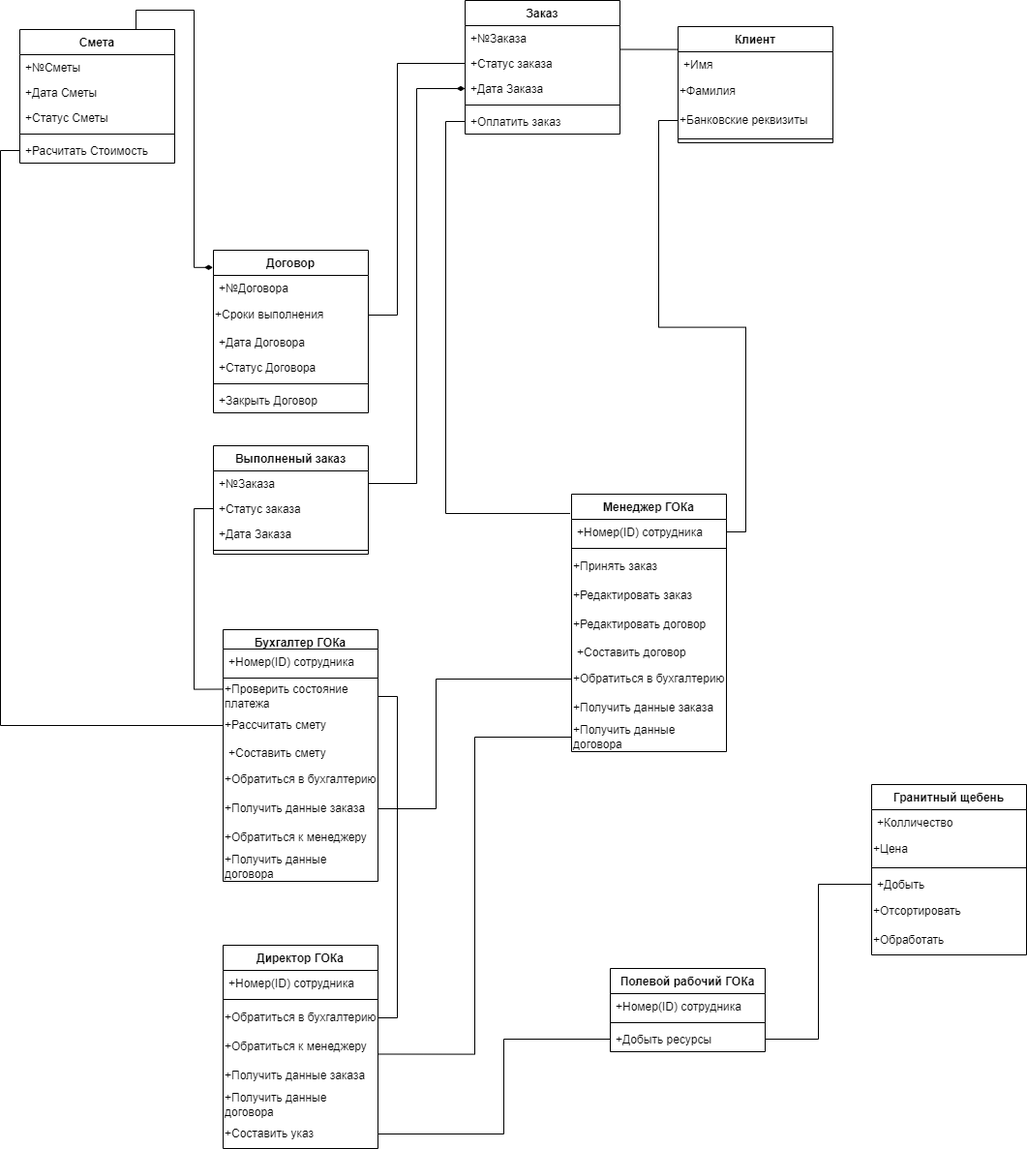
Before: Class_Diagram.drawio.png, a diagram exported from draw.io (Awftf/UML). Source tidied: cells renumbered, new cells last; positions are measured from the earlier drawing's top-left corner, leaving out a move shared by most shapes.
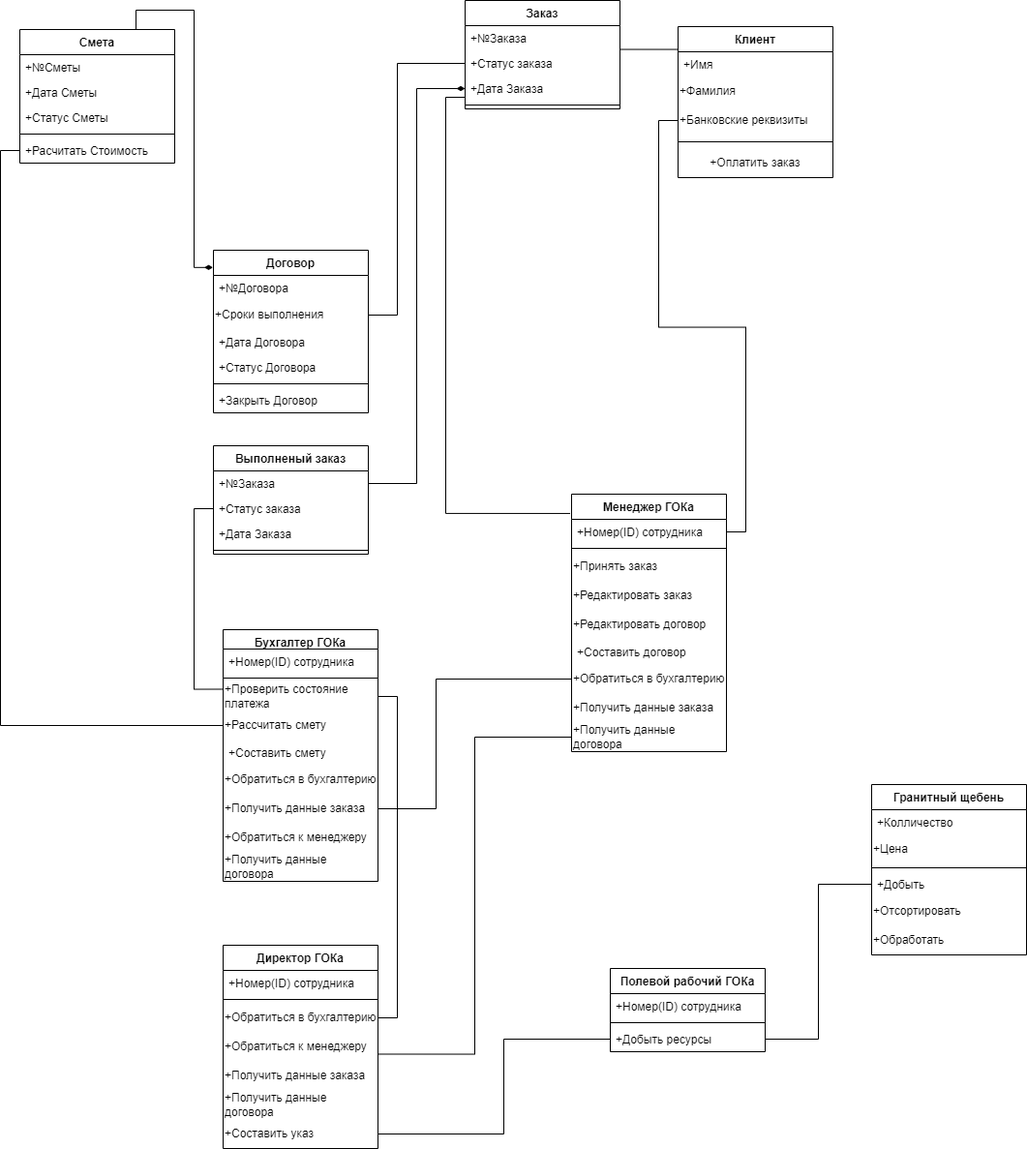
After the commit.

The edit, as a diff of the source:
```diff
@@ -36,7 +36,7 @@
       <mxGeometry y="142" width="160" height="26" as="geometry" />
     </mxCell>
     <mxCell id="13" value="Заказ" style="swimlane;fontStyle=1;align=center;verticalAlign=top;horizontal=1;startSize=26;" parent="1" vertex="1">
-      <mxGeometry x="460" width="160" height="138" as="geometry" />
+      <mxGeometry x="460" width="160" height="112" as="geometry" />
     </mxCell>
     <mxCell id="14" value="+№Заказа" style="text;strokeColor=none;fillColor=none;align=left;verticalAlign=top;spacingLeft=4;spacingRight=4;overflow=hidden;" parent="13" vertex="1">
       <mxGeometry y="26" width="160" height="26" as="geometry" />
@@ -50,10 +50,7 @@
     <mxCell id="17" style="line;strokeWidth=1;fillColor=none;align=left;verticalAlign=middle;spacingTop=-1;spacingLeft=3;spacingRight=3;labelPosition=right;" parent="13" vertex="1">
       <mxGeometry y="104" width="160" height="8" as="geometry" />
     </mxCell>
-    <mxCell id="18" value="+Оплатить заказ" style="text;strokeColor=none;fillColor=none;align=left;verticalAlign=top;spacingLeft=4;spacingRight=4;overflow=hidden;points=[[0,0.5],[1,0.5]];portConstraint=eastwest;" parent="13" vertex="1">
-      <mxGeometry y="112" width="160" height="26" as="geometry" />
-    </mxCell>
-    <mxCell id="19" style="edgeStyle=orthogonalEdgeStyle;rounded=0;jettySize=auto;html=1;exitX=0.75;exitY=0;exitDx=0;exitDy=0;entryX=-0.003;entryY=0.106;entryDx=0;entryDy=0;endArrow=diamondThin;endFill=1;entryPerimeter=0;" parent="1" edge="1" source="20" target="6">
+    <mxCell id="19" style="edgeStyle=orthogonalEdgeStyle;rounded=0;jettySize=auto;html=1;exitX=0.75;exitY=0;exitDx=0;exitDy=0;entryX=-0.003;entryY=0.106;entryDx=0;entryDy=0;endArrow=diamondThin;endFill=1;entryPerimeter=0;strokeWidth=1;jumpSize=11;" parent="1" edge="1" source="20" target="6">
       <mxGeometry relative="1" as="geometry">
         <Array as="points">
           <mxPoint x="120" y="10" />
@@ -81,7 +78,7 @@
       <mxGeometry y="112" width="160" height="26" as="geometry" />
     </mxCell>
     <mxCell id="26" value="Клиент" style="swimlane;fontStyle=1;align=center;verticalAlign=top;horizontal=1;startSize=26;" parent="1" vertex="1">
-      <mxGeometry x="680" y="27" width="160" height="120" as="geometry" />
+      <mxGeometry x="680" y="27" width="160" height="156" as="geometry" />
     </mxCell>
     <mxCell id="27" value="+Имя" style="text;strokeColor=none;fillColor=none;align=left;verticalAlign=top;spacingLeft=4;spacingRight=4;overflow=hidden;" parent="26" vertex="1">
       <mxGeometry y="26" width="160" height="26" as="geometry" />
@@ -93,8 +90,11 @@
       <mxGeometry y="82" width="160" height="30" as="geometry" />
     </mxCell>
     <mxCell id="30" style="line;strokeWidth=1;fillColor=none;align=left;verticalAlign=middle;spacingTop=-1;spacingLeft=3;spacingRight=3;labelPosition=right;" parent="26" vertex="1">
-      <mxGeometry y="112" width="160" height="8" as="geometry" />
+      <mxGeometry y="112" width="160" height="14" as="geometry" />
     </mxCell>
+    <mxCell id="18" value="+Оплатить заказ" style="text;html=1;strokeColor=none;fillColor=none;align=center;verticalAlign=middle;whiteSpace=wrap;rounded=0;" parent="26" vertex="1">
+      <mxGeometry y="126" width="160" height="30" as="geometry" />
+    </mxCell>
     <mxCell id="31" value="Выполненый заказ" style="swimlane;fontStyle=1;align=center;verticalAlign=top;horizontal=1;startSize=26;" parent="1" vertex="1">
       <mxGeometry x="200" y="460" width="160" height="112" as="geometry" />
     </mxCell>
@@ -173,7 +173,12 @@
       </mxGeometry>
     </mxCell>
     <mxCell id="55" style="edgeStyle=orthogonalEdgeStyle;rounded=0;jettySize=auto;html=1;exitX=1;exitY=0.5;exitDx=0;exitDy=0;entryX=0;entryY=0.5;entryDx=0;entryDy=0;endArrow=diamondThin;endFill=1;" parent="1" edge="1" source="32" target="16">
-      <mxGeometry relative="1" as="geometry" />
+      <mxGeometry relative="1" as="geometry">
+        <Array as="points">
+          <mxPoint x="410" y="499" />
+          <mxPoint x="410" y="91" />
+        </Array>
+      </mxGeometry>
     </mxCell>
     <mxCell id="56" value="Бухгалтер ГОКа" style="swimlane;fontStyle=1;align=center;verticalAlign=top;horizontal=1;startSize=20;" parent="1" vertex="1">
       <mxGeometry x="210" y="650" width="160" height="260" as="geometry" />
@@ -232,11 +237,13 @@
     <mxCell id="74" style="edgeStyle=orthogonalEdgeStyle;rounded=0;jettySize=auto;html=1;exitX=1;exitY=0.5;exitDx=0;exitDy=0;entryX=0;entryY=0.5;entryDx=0;entryDy=0;endArrow=none;endFill=0;" parent="1" edge="1" source="44" target="29">
       <mxGeometry relative="1" as="geometry" />
     </mxCell>
-    <mxCell id="75" style="edgeStyle=orthogonalEdgeStyle;rounded=0;jettySize=auto;html=1;exitX=-0.009;exitY=0.075;exitDx=0;exitDy=0;entryX=0;entryY=0.5;entryDx=0;entryDy=0;endArrow=none;endFill=0;exitPerimeter=0;" parent="1" edge="1" source="43" target="18">
+    <mxCell id="75" style="edgeStyle=orthogonalEdgeStyle;rounded=0;jettySize=auto;html=1;exitX=-0.009;exitY=0.075;exitDx=0;exitDy=0;endArrow=none;endFill=0;exitPerimeter=0;" parent="1" edge="1" source="43">
       <mxGeometry relative="1" as="geometry">
+        <mxPoint x="460" y="100" as="targetPoint" />
         <Array as="points">
           <mxPoint x="440" y="530" />
-          <mxPoint x="440" y="125" />
+          <mxPoint x="440" y="100" />
+          <mxPoint x="460" y="100" />
         </Array>
       </mxGeometry>
     </mxCell>
```
